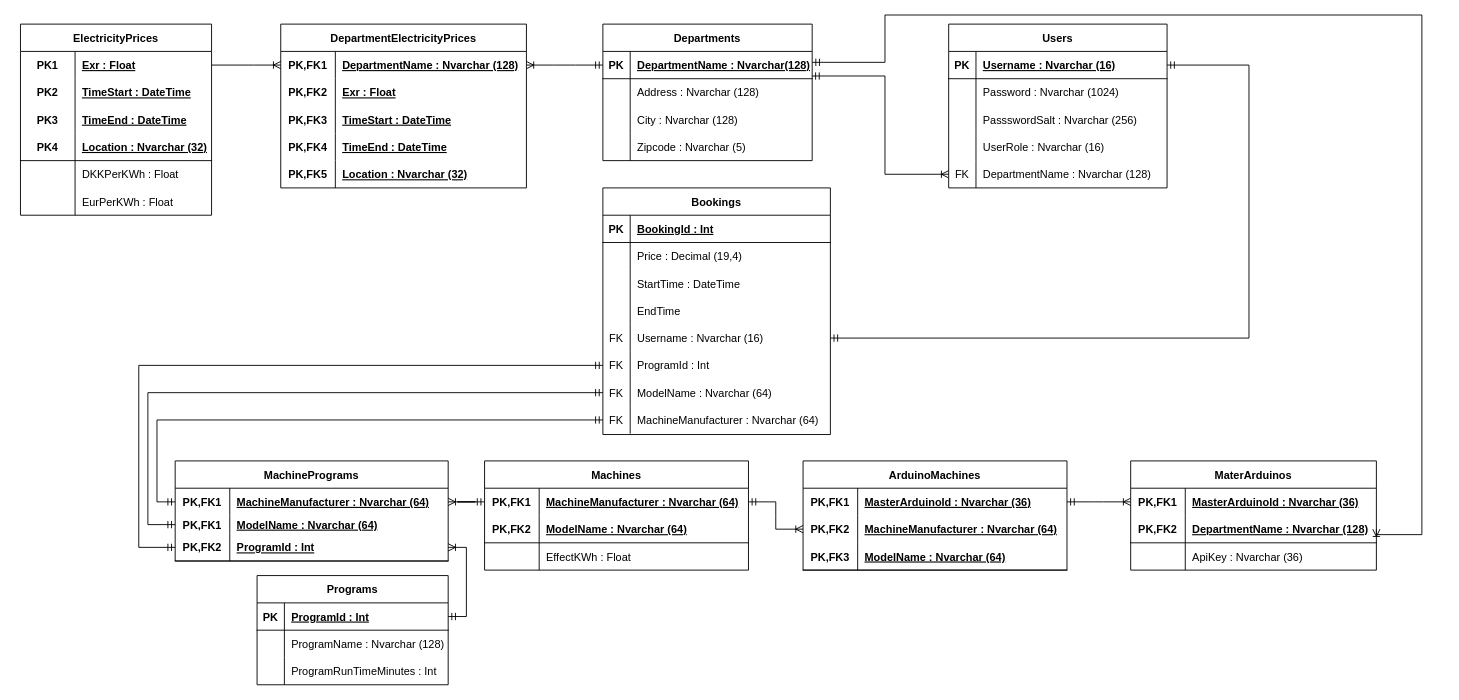
Above: Database diagram/Er diagram/Er_diagram_VaskeriDb.drawio in H5SvendeProve/Documentation (draw.io), before the change. Source tidied: cells renumbered, new cells numbered last; positions are measured from the earlier drawing's top-left corner, leaving out a move shared by most shapes. Both pictures are drawn from the tidied source at 91%, with x=0, y=0 at pixel (20, 15).
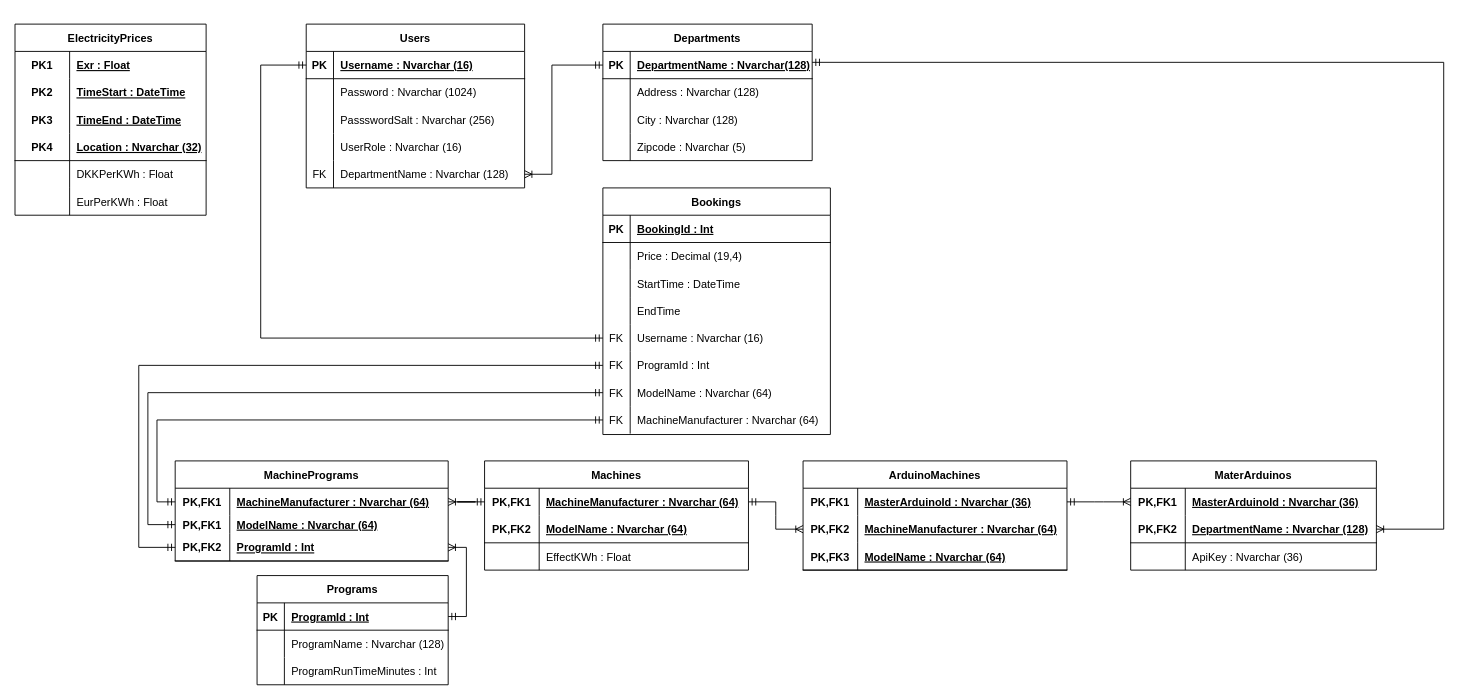
Above is the later version.

The change refers to these unchanged cells:
```xml
<mxCell id="3" style="shape=tableRow;horizontal=0;startSize=0;swimlaneHead=0;swimlaneBody=0;fillColor=none;points=[[0,0.5],[1,0.5]];portConstraint=eastwest;top=0;left=0;right=0;bottom=1;strokeColor=default;fontFamily=Helvetica;fontSize=12;fontColor=default;" parent="2" vertex="1">
  <mxGeometry y="30" width="230" height="30" as="geometry" />
</mxCell>
<mxCell id="32" style="shape=tableRow;horizontal=0;startSize=0;swimlaneHead=0;swimlaneBody=0;fillColor=none;points=[[0,0.5],[1,0.5]];portConstraint=eastwest;top=0;left=0;right=0;bottom=0;strokeColor=default;fontFamily=Helvetica;fontSize=12;fontColor=default;" parent="31" vertex="1">
  <mxGeometry y="30" width="210" height="30" as="geometry" />
</mxCell>
<mxCell id="53" style="shape=tableRow;horizontal=0;startSize=0;swimlaneHead=0;swimlaneBody=0;fillColor=none;points=[[0,0.5],[1,0.5]];portConstraint=eastwest;top=0;left=0;right=0;bottom=1;strokeColor=default;fontFamily=Helvetica;fontSize=12;fontColor=default;" parent="52" vertex="1">
  <mxGeometry y="30" width="240" height="30" as="geometry" />
</mxCell>
<mxCell id="65" style="shape=tableRow;horizontal=0;startSize=0;swimlaneHead=0;swimlaneBody=0;fillColor=none;points=[[0,0.5],[1,0.5]];portConstraint=eastwest;top=0;left=0;right=0;bottom=0;strokeColor=default;fontFamily=Helvetica;fontSize=12;fontColor=default;" parent="52" vertex="1">
  <mxGeometry y="150" width="240" height="30" as="geometry" />
</mxCell>
<mxCell id="73" style="shape=tableRow;horizontal=0;startSize=0;swimlaneHead=0;swimlaneBody=0;fillColor=none;points=[[0,0.5],[1,0.5]];portConstraint=eastwest;top=0;left=0;right=0;bottom=1;strokeColor=default;fontFamily=Helvetica;fontSize=12;fontColor=default;" parent="69" vertex="1">
  <mxGeometry y="60" width="270" height="30" as="geometry" />
</mxCell>
<mxCell id="137" style="shape=tableRow;horizontal=0;startSize=0;swimlaneHead=0;swimlaneBody=0;fillColor=none;points=[[0,0.5],[1,0.5]];portConstraint=eastwest;top=0;left=0;right=0;bottom=0;strokeColor=default;fontFamily=Helvetica;fontSize=12;fontColor=default;" parent="124" vertex="1">
  <mxGeometry y="150" width="250" height="30" as="geometry" />
</mxCell>
```

Diff of the diagram source:
```diff
@@
-    <mxCell id="15" value="DepartmentElectricityPrices" style="shape=table;startSize=30;childLayout=tableLayout;rowLines=0;fontStyle=1;align=center;strokeColor=default;fontFamily=Helvetica;fontSize=12;fontColor=default;fillColor=none;" parent="1" vertex="1">
-      <mxGeometry x="286" y="10" width="270" height="180" as="geometry" />
-    </mxCell>
-    <mxCell id="16" style="shape=tableRow;horizontal=0;startSize=0;swimlaneHead=0;swimlaneBody=0;fillColor=none;points=[[0,0.5],[1,0.5]];portConstraint=eastwest;top=0;left=0;right=0;bottom=0;strokeColor=default;fontFamily=Helvetica;fontSize=12;fontColor=default;" parent="15" vertex="1">
-      <mxGeometry y="30" width="270" height="30" as="geometry" />
-    </mxCell>
-    <mxCell id="17" value="PK,FK1" style="shape=partialRectangle;fillColor=none;top=0;left=0;bottom=0;right=0;fontStyle=1;overflow=hidden;strokeColor=default;fontFamily=Helvetica;fontSize=12;fontColor=default;" parent="16" vertex="1">
-      <mxGeometry width="60" height="30" as="geometry" />
-    </mxCell>
-    <mxCell id="18" value="DepartmentName : Nvarchar (128)" style="shape=partialRectangle;fillColor=none;top=0;left=0;bottom=0;right=0;align=left;spacingLeft=6;fontStyle=5;overflow=hidden;strokeColor=default;fontFamily=Helvetica;fontSize=12;fontColor=default;" parent="16" vertex="1">
-      <mxGeometry x="60" width="210" height="30" as="geometry" />
-    </mxCell>
-    <mxCell id="19" style="shape=tableRow;horizontal=0;startSize=0;swimlaneHead=0;swimlaneBody=0;fillColor=none;top=0;left=0;right=0;bottom=0;strokeColor=default;fontFamily=Helvetica;fontSize=12;fontColor=default;" parent="15" vertex="1">
-      <mxGeometry y="60" width="270" height="30" as="geometry" />
-    </mxCell>
-    <mxCell id="20" value="PK,FK2" style="shape=partialRectangle;fillColor=none;top=0;left=0;bottom=0;right=0;fontStyle=1;overflow=hidden;strokeColor=default;fontFamily=Helvetica;fontSize=12;fontColor=default;" parent="19" vertex="1">
-      <mxGeometry width="60" height="30" as="geometry" />
-    </mxCell>
-    <mxCell id="21" value="Exr : Float" style="shape=partialRectangle;fillColor=none;top=0;left=0;bottom=0;right=0;align=left;spacingLeft=6;fontStyle=5;overflow=hidden;strokeColor=default;fontFamily=Helvetica;fontSize=12;fontColor=default;" parent="19" vertex="1">
-      <mxGeometry x="60" width="210" height="30" as="geometry" />
-    </mxCell>
-    <mxCell id="22" style="shape=tableRow;horizontal=0;startSize=0;swimlaneHead=0;swimlaneBody=0;fillColor=none;top=0;left=0;right=0;bottom=0;strokeColor=default;fontFamily=Helvetica;fontSize=12;fontColor=default;" parent="15" vertex="1">
-      <mxGeometry y="90" width="270" height="30" as="geometry" />
-    </mxCell>
-    <mxCell id="23" value="PK,FK3" style="shape=partialRectangle;fillColor=none;top=0;left=0;bottom=0;right=0;fontStyle=1;overflow=hidden;strokeColor=default;fontFamily=Helvetica;fontSize=12;fontColor=default;" parent="22" vertex="1">
-      <mxGeometry width="60" height="30" as="geometry" />
-    </mxCell>
-    <mxCell id="24" value="TimeStart : DateTime" style="shape=partialRectangle;fillColor=none;top=0;left=0;bottom=0;right=0;align=left;spacingLeft=6;fontStyle=5;overflow=hidden;strokeColor=default;fontFamily=Helvetica;fontSize=12;fontColor=default;" parent="22" vertex="1">
-      <mxGeometry x="60" width="210" height="30" as="geometry" />
-    </mxCell>
-    <mxCell id="25" style="shape=tableRow;horizontal=0;startSize=0;swimlaneHead=0;swimlaneBody=0;fillColor=none;top=0;left=0;right=0;bottom=0;strokeColor=default;fontFamily=Helvetica;fontSize=12;fontColor=default;" parent="15" vertex="1">
-      <mxGeometry y="120" width="270" height="30" as="geometry" />
-    </mxCell>
-    <mxCell id="26" value="PK,FK4" style="shape=partialRectangle;fillColor=none;top=0;left=0;bottom=0;right=0;fontStyle=1;overflow=hidden;strokeColor=default;fontFamily=Helvetica;fontSize=12;fontColor=default;" parent="25" vertex="1">
-      <mxGeometry width="60" height="30" as="geometry" />
-    </mxCell>
-    <mxCell id="27" value="TimeEnd : DateTime" style="shape=partialRectangle;fillColor=none;top=0;left=0;bottom=0;right=0;align=left;spacingLeft=6;fontStyle=5;overflow=hidden;strokeColor=default;fontFamily=Helvetica;fontSize=12;fontColor=default;" parent="25" vertex="1">
-      <mxGeometry x="60" width="210" height="30" as="geometry" />
-    </mxCell>
-    <mxCell id="28" style="shape=tableRow;horizontal=0;startSize=0;swimlaneHead=0;swimlaneBody=0;fillColor=none;top=0;left=0;right=0;bottom=0;strokeColor=default;fontFamily=Helvetica;fontSize=12;fontColor=default;" parent="15" vertex="1">
-      <mxGeometry y="150" width="270" height="30" as="geometry" />
-    </mxCell>
-    <mxCell id="29" value="PK,FK5" style="shape=partialRectangle;fillColor=none;top=0;left=0;bottom=0;right=0;fontStyle=1;overflow=hidden;strokeColor=default;fontFamily=Helvetica;fontSize=12;fontColor=default;" parent="28" vertex="1">
-      <mxGeometry width="60" height="30" as="geometry" />
-    </mxCell>
-    <mxCell id="30" value="Location : Nvarchar (32)" style="shape=partialRectangle;fillColor=none;top=0;left=0;bottom=0;right=0;align=left;spacingLeft=6;fontStyle=5;overflow=hidden;strokeColor=default;fontFamily=Helvetica;fontSize=12;fontColor=default;" parent="28" vertex="1">
-      <mxGeometry x="60" width="210" height="30" as="geometry" />
-    </mxCell>
     <mxCell id="31" value="ElectricityPrices" style="shape=table;startSize=30;childLayout=tableLayout;rowLines=0;fontStyle=1;align=center;strokeColor=default;fontFamily=Helvetica;fontSize=12;fontColor=default;fillColor=none;" parent="1" vertex="1">
-      <mxGeometry y="10" width="210" height="210" as="geometry" />
+      <mxGeometry x="-6" y="10" width="210" height="210" as="geometry" />
     </mxCell>
@@
-    <mxCell id="50" style="edgeStyle=entityRelationEdgeStyle;fontSize=12;html=1;endArrow=ERoneToMany;rounded=0;fontFamily=Helvetica;fontColor=default;exitX=1;exitY=0.5;exitDx=0;exitDy=0;entryX=0;entryY=0.5;entryDx=0;entryDy=0;" parent="1" edge="1" source="32" target="16">
-      <mxGeometry relative="1" as="geometry" />
-    </mxCell>
-    <mxCell id="51" style="edgeStyle=entityRelationEdgeStyle;fontSize=12;html=1;endArrow=ERoneToMany;startArrow=ERmandOne;rounded=0;fontFamily=Helvetica;fontColor=default;exitX=0;exitY=0.5;exitDx=0;exitDy=0;entryX=1;entryY=0.5;entryDx=0;entryDy=0;" parent="1" edge="1" source="3" target="16">
-      <mxGeometry relative="1" as="geometry" />
-    </mxCell>
     <mxCell id="52" value="Users" style="shape=table;startSize=30;childLayout=tableLayout;rowLines=0;fontStyle=1;align=center;strokeColor=default;fontFamily=Helvetica;fontSize=12;fontColor=default;fillColor=none;" parent="1" vertex="1">
-      <mxGeometry x="1020" y="10" width="240" height="180" as="geometry" />
+      <mxGeometry x="314" y="10" width="240" height="180" as="geometry" />
     </mxCell>
@@
-    <mxCell id="68" style="edgeStyle=orthogonalEdgeStyle;fontSize=12;html=1;endArrow=ERoneToMany;startArrow=ERmandOne;rounded=0;fontFamily=Helvetica;fontColor=default;entryX=0;entryY=0.5;entryDx=0;entryDy=0;exitX=0.999;exitY=0.9;exitDx=0;exitDy=0;exitPerimeter=0;" parent="1" edge="1" source="3" target="65">
+    <mxCell id="68" style="edgeStyle=orthogonalEdgeStyle;fontSize=12;html=1;endArrow=ERoneToMany;startArrow=ERmandOne;rounded=0;fontFamily=Helvetica;fontColor=default;entryX=1;entryY=0.5;entryDx=0;entryDy=0;exitX=0;exitY=0.5;exitDx=0;exitDy=0;" parent="1" edge="1" source="3" target="65">
       <mxGeometry relative="1" as="geometry">
         <Array as="points">
-          <mxPoint x="950" y="67" />
-          <mxPoint x="950" y="175" />
+          <mxPoint x="584" y="55" />
+          <mxPoint x="584" y="175" />
         </Array>
       </mxGeometry>
     </mxCell>
@@
     <mxCell id="101" style="edgeStyle=orthogonalEdgeStyle;fontSize=12;html=1;endArrow=ERoneToMany;startArrow=ERmandOne;rounded=0;fontFamily=Helvetica;fontColor=default;entryX=1;entryY=0.5;entryDx=0;entryDy=0;" parent="1" edge="1" target="73">
       <mxGeometry relative="1" as="geometry">
         <mxPoint x="870" y="52" as="sourcePoint" />
         <Array as="points">
-          <mxPoint x="950" y="52" />
-          <mxPoint x="950" />
-          <mxPoint x="1540" />
-          <mxPoint x="1540" y="571" />
+          <mxPoint x="1564" y="52" />
+          <mxPoint x="1564" y="565" />
         </Array>
       </mxGeometry>
     </mxCell>
@@
-    <mxCell id="152" style="edgeStyle=orthogonalEdgeStyle;fontSize=12;html=1;endArrow=ERmandOne;startArrow=ERmandOne;rounded=0;fontFamily=Helvetica;fontColor=default;exitX=1;exitY=0.5;exitDx=0;exitDy=0;" parent="1" edge="1" source="137" target="53">
+    <mxCell id="152" style="edgeStyle=orthogonalEdgeStyle;fontSize=12;html=1;endArrow=ERmandOne;startArrow=ERmandOne;rounded=0;fontFamily=Helvetica;fontColor=default;exitX=0;exitY=0.5;exitDx=0;exitDy=0;" parent="1" edge="1" source="137" target="53">
       <mxGeometry relative="1" as="geometry">
         <Array as="points">
-          <mxPoint x="1350" y="355" />
-          <mxPoint x="1350" y="55" />
+          <mxPoint x="264" y="355" />
+          <mxPoint x="264" y="55" />
         </Array>
       </mxGeometry>
     </mxCell>
```
